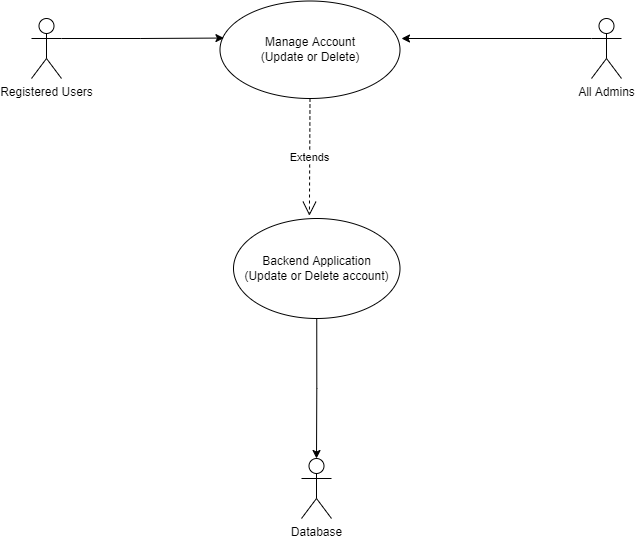
mohitleo03/Software-Engineering-Project-Management keeps this draw.io diagram as Use case diagram/manage_account.png. Above is the earlier version. Source tidied: cells renumbered, new cells last; positions are measured from the earlier drawing's top-left corner, leaving out a move shared by most shapes.
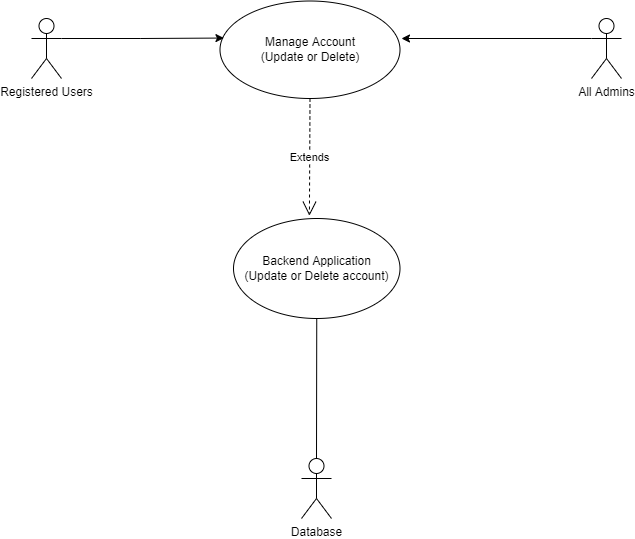
Later version of the same file.

The edit, as a diff of the source:
```diff
@@ -5,9 +5,6 @@
     <mxCell id="2" value="Manage Account&lt;br&gt;(Update or Delete)" style="ellipse;whiteSpace=wrap;html=1;" parent="1" vertex="1">
       <mxGeometry x="188.5" y="0.5" width="180" height="97.5" as="geometry" />
     </mxCell>
-    <mxCell id="3" style="edgeStyle=orthogonalEdgeStyle;rounded=0;jettySize=auto;html=1;exitX=0.5;exitY=1;exitDx=0;exitDy=0;entryX=0.5;entryY=0;entryDx=0;entryDy=0;entryPerimeter=0;" parent="1" edge="1" source="4" target="9">
-      <mxGeometry relative="1" as="geometry" />
-    </mxCell>
     <mxCell id="4" value="Backend Application&lt;br&gt;(Update or Delete account)" style="ellipse;whiteSpace=wrap;html=1;" parent="1" vertex="1">
       <mxGeometry x="202" y="218" width="166.5" height="100" as="geometry" />
     </mxCell>
@@ -31,5 +28,8 @@
     <mxCell id="10" value="Extends" style="endArrow=open;endSize=12;dashed=1;html=1;rounded=0;exitX=0.5;exitY=1;exitDx=0;exitDy=0;entryX=0.456;entryY=-0.028;entryDx=0;entryDy=0;entryPerimeter=0;" parent="1" edge="1" source="2" target="4">
       <mxGeometry relative="1" as="geometry" />
     </mxCell>
+    <mxCell id="11" style="endArrow=none;html=1;rounded=0;entryX=0.5;entryY=1;entryDx=0;entryDy=0;exitX=0.5;exitY=0;exitDx=0;exitDy=0;exitPerimeter=0;" parent="1" edge="1" source="9" target="4">
+      <mxGeometry relative="1" as="geometry" />
+    </mxCell>
   </root>
 </mxGraphModel>
```
